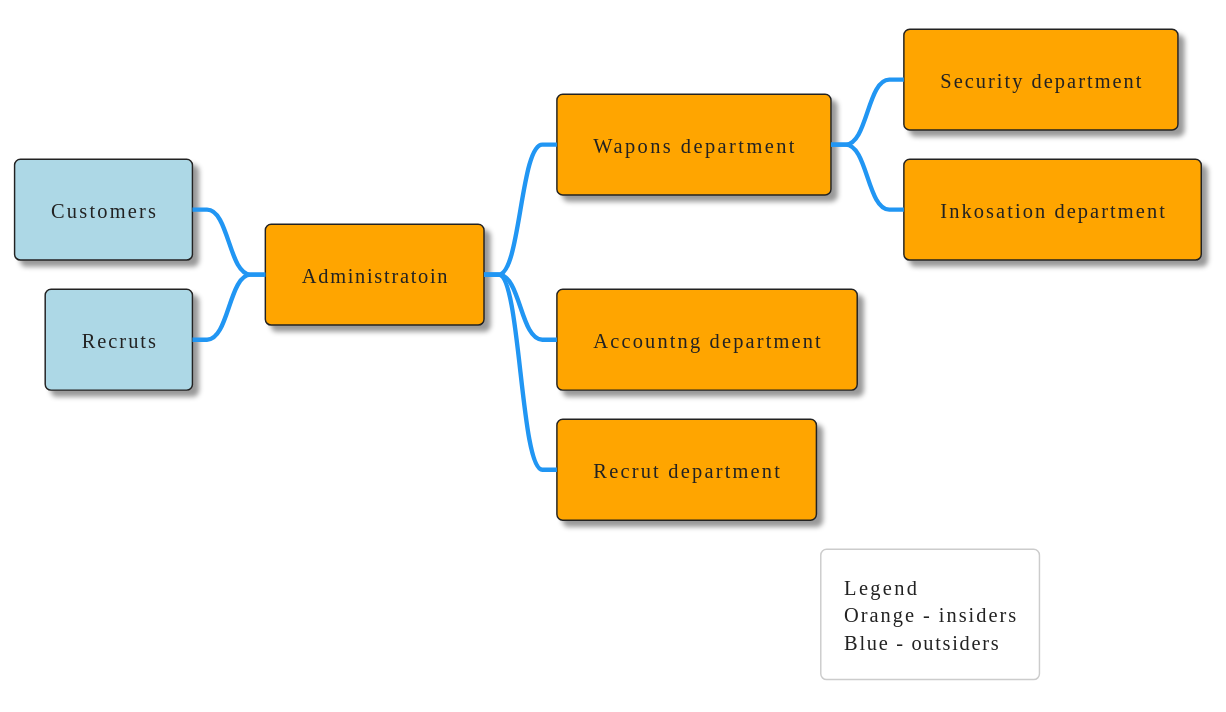
This is docs/img/orgStruct.svg from siisgoo/siisty, a PlantUML export, as it was before one commit.
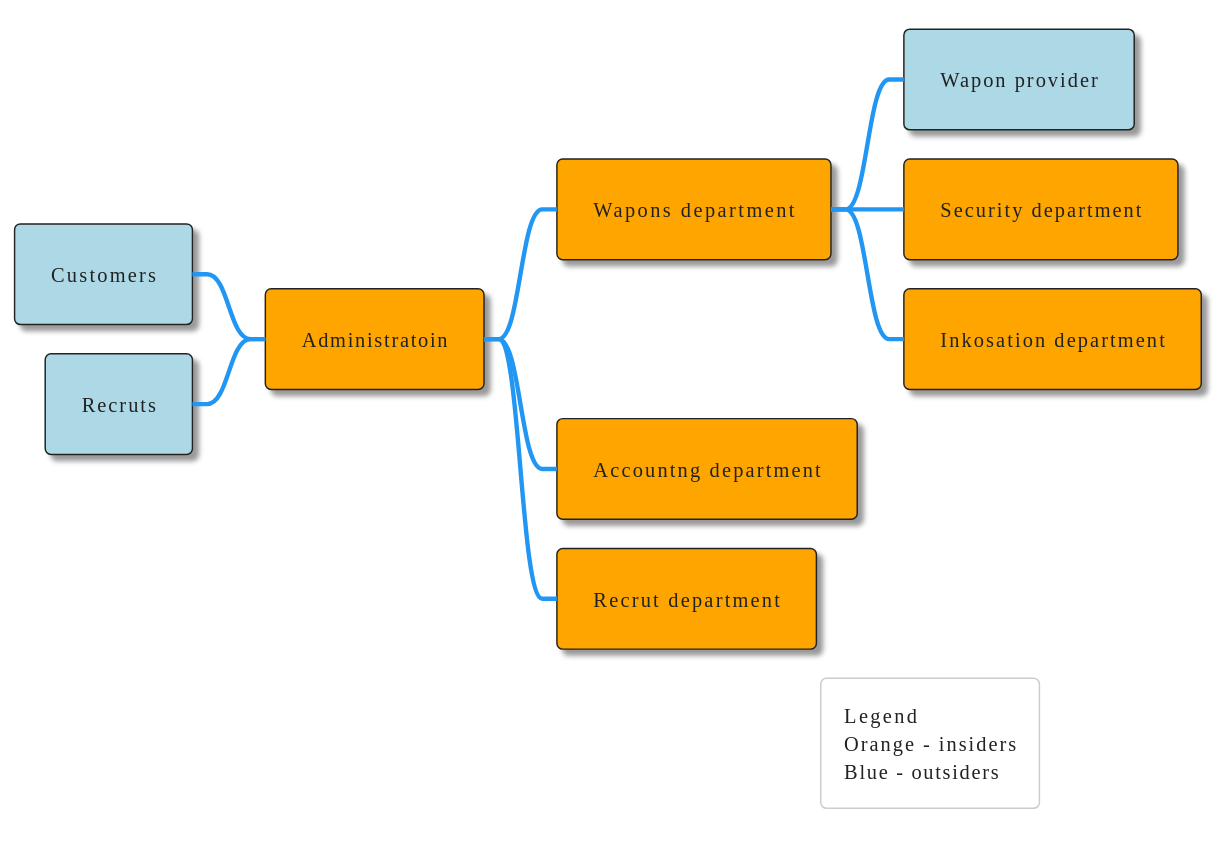
The same diagram one commit later.

The edit, as a diff of the source:
```diff
@@ -9,6 +9,7 @@
 
 +[#Orange] Administratoin
 ++[#Orange] Wapons department
++++[#lightblue] Wapon provider
 +++[#Orange] Security department
 +++[#Orange] Inkosation department
 ++[#Orange] Accountng department
```
